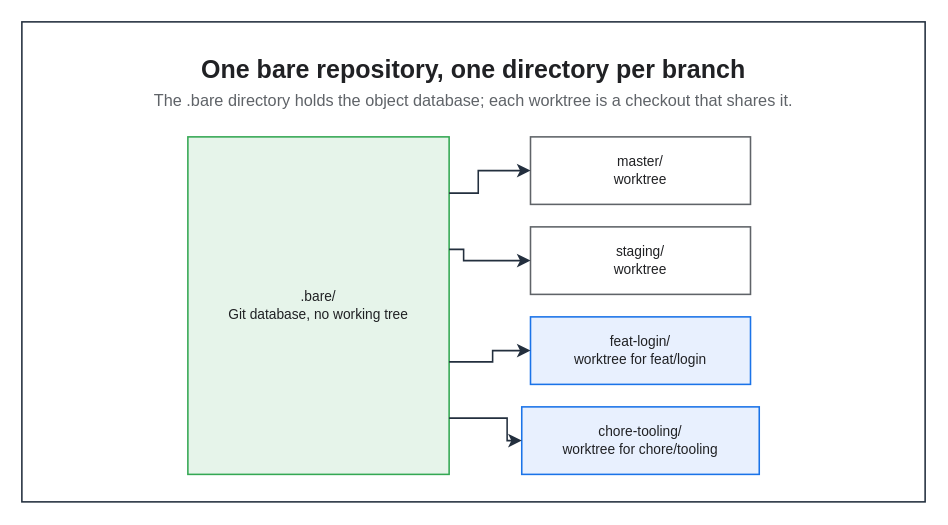
The draw.io diagram assets/img/git/bare-worktree-layout.drawio in KKamJi98/kkamji98.github.io, before the edit. Source tidied: cells renumbered, new cells numbered last; positions are measured from the earlier drawing's top-left corner, leaving out a move shared by most shapes. Both pictures are drawn from the tidied source at 125%, with x=0, y=0 at pixel (21, 21).
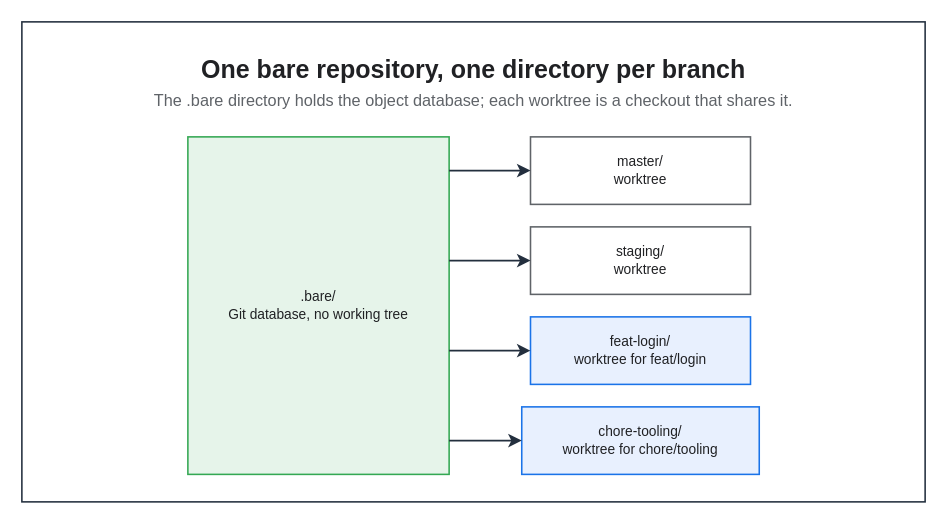
After the change.

The change refers to these unchanged cells:
```xml
<mxCell id="5" value=".bare/&#10;Git database, no working tree" style="rounded=0;whiteSpace=wrap;html=0;fillColor=#E6F4EA;strokeColor=#34A853;fontColor=#202124;fontSize=11;fontStyle=0;align=center;verticalAlign=middle;spacingLeft=6;spacingRight=6;strokeWidth=1.25;" parent="1" vertex="1">
  <mxGeometry x="132.8" y="92" width="209" height="270" as="geometry" />
</mxCell>
<mxCell id="6" value="master/&#10;worktree" style="rounded=0;whiteSpace=wrap;html=0;fillColor=#FFFFFF;strokeColor=#5F6368;fontColor=#202124;fontSize=11;fontStyle=0;align=center;verticalAlign=middle;spacingLeft=6;spacingRight=6;strokeWidth=1.25;" parent="1" vertex="1">
  <mxGeometry x="406.9" y="92" width="176" height="54" as="geometry" />
</mxCell>
<mxCell id="7" value="staging/&#10;worktree" style="rounded=0;whiteSpace=wrap;html=0;fillColor=#FFFFFF;strokeColor=#5F6368;fontColor=#202124;fontSize=11;fontStyle=0;align=center;verticalAlign=middle;spacingLeft=6;spacingRight=6;strokeWidth=1.25;" parent="1" vertex="1">
  <mxGeometry x="406.9" y="164" width="176" height="54" as="geometry" />
</mxCell>
<mxCell id="8" value="feat-login/&#10;worktree for feat/login" style="rounded=0;whiteSpace=wrap;html=0;fillColor=#E8F0FE;strokeColor=#1A73E8;fontColor=#202124;fontSize=11;fontStyle=0;align=center;verticalAlign=middle;spacingLeft=6;spacingRight=6;strokeWidth=1.25;" parent="1" vertex="1">
  <mxGeometry x="406.9" y="236" width="176" height="54" as="geometry" />
</mxCell>
<mxCell id="9" value="chore-tooling/&#10;worktree for chore/tooling" style="rounded=0;whiteSpace=wrap;html=0;fillColor=#E8F0FE;strokeColor=#1A73E8;fontColor=#202124;fontSize=11;fontStyle=0;align=center;verticalAlign=middle;spacingLeft=6;spacingRight=6;strokeWidth=1.25;" parent="1" vertex="1">
  <mxGeometry x="399.9" y="308" width="190" height="54" as="geometry" />
</mxCell>
```

The edit, as a diff of the source:
```diff
@@
-    <mxCell id="10" style="edgeStyle=orthogonalEdgeStyle;rounded=0;html=0;strokeColor=#232F3E;strokeWidth=1.25;endArrow=classic;endFill=1;endSize=7;fontSize=11;fontColor=#202124;labelBackgroundColor=none;jettySize=14;exitX=1;exitY=0.1667;entryX=0;entryY=0.5;exitDx=0;exitDy=0;entryDx=0;entryDy=0;" parent="1" edge="1" source="5" target="6">
-      <mxGeometry relative="1" as="geometry">
-        <Array as="points">
-          <mxPoint x="365.1" y="137" />
-          <mxPoint x="365.1" y="119" />
-        </Array>
-      </mxGeometry>
+    <mxCell id="10" style="edgeStyle=orthogonalEdgeStyle;rounded=0;html=0;strokeColor=#232F3E;strokeWidth=1.25;endArrow=classic;endFill=1;endSize=7;fontSize=11;fontColor=#202124;labelBackgroundColor=none;jettySize=14;exitX=1;exitY=0.1;entryX=0;entryY=0.5;exitDx=0;exitDy=0;entryDx=0;entryDy=0;" parent="1" edge="1" source="5" target="6">
+      <mxGeometry relative="1" as="geometry" />
     </mxCell>
-    <mxCell id="11" style="edgeStyle=orthogonalEdgeStyle;rounded=0;html=0;strokeColor=#232F3E;strokeWidth=1.25;endArrow=classic;endFill=1;endSize=7;fontSize=11;fontColor=#202124;labelBackgroundColor=none;jettySize=14;exitX=1;exitY=0.3333;entryX=0;entryY=0.5;exitDx=0;exitDy=0;entryDx=0;entryDy=0;" parent="1" edge="1" source="5" target="7">
-      <mxGeometry relative="1" as="geometry">
-        <Array as="points">
-          <mxPoint x="353.4" y="182" />
-          <mxPoint x="353.4" y="191" />
-        </Array>
-      </mxGeometry>
+    <mxCell id="11" style="edgeStyle=orthogonalEdgeStyle;rounded=0;html=0;strokeColor=#232F3E;strokeWidth=1.25;endArrow=classic;endFill=1;endSize=7;fontSize=11;fontColor=#202124;labelBackgroundColor=none;jettySize=14;exitX=1;exitY=0.3667;entryX=0;entryY=0.5;exitDx=0;exitDy=0;entryDx=0;entryDy=0;" parent="1" edge="1" source="5" target="7">
+      <mxGeometry relative="1" as="geometry" />
     </mxCell>
-    <mxCell id="12" style="edgeStyle=orthogonalEdgeStyle;rounded=0;html=0;strokeColor=#232F3E;strokeWidth=1.25;endArrow=classic;endFill=1;endSize=7;fontSize=11;fontColor=#202124;labelBackgroundColor=none;jettySize=14;exitX=1;exitY=0.6667;entryX=0;entryY=0.5;exitDx=0;exitDy=0;entryDx=0;entryDy=0;" parent="1" edge="1" source="5" target="8">
-      <mxGeometry relative="1" as="geometry">
-        <Array as="points">
-          <mxPoint x="376.6" y="272" />
-          <mxPoint x="376.6" y="263" />
-        </Array>
-      </mxGeometry>
+    <mxCell id="12" style="edgeStyle=orthogonalEdgeStyle;rounded=0;html=0;strokeColor=#232F3E;strokeWidth=1.25;endArrow=classic;endFill=1;endSize=7;fontSize=11;fontColor=#202124;labelBackgroundColor=none;jettySize=14;exitX=1;exitY=0.6333;entryX=0;entryY=0.5;exitDx=0;exitDy=0;entryDx=0;entryDy=0;" parent="1" edge="1" source="5" target="8">
+      <mxGeometry relative="1" as="geometry" />
     </mxCell>
-    <mxCell id="13" style="edgeStyle=orthogonalEdgeStyle;rounded=0;html=0;strokeColor=#232F3E;strokeWidth=1.25;endArrow=classic;endFill=1;endSize=7;fontSize=11;fontColor=#202124;labelBackgroundColor=none;jettySize=14;exitX=1;exitY=0.8333;entryX=0;entryY=0.5;exitDx=0;exitDy=0;entryDx=0;entryDy=0;" parent="1" edge="1" source="5" target="9">
-      <mxGeometry relative="1" as="geometry">
-        <Array as="points">
-          <mxPoint x="388.2" y="317" />
-          <mxPoint x="388.2" y="335" />
-        </Array>
-      </mxGeometry>
+    <mxCell id="13" style="edgeStyle=orthogonalEdgeStyle;rounded=0;html=0;strokeColor=#232F3E;strokeWidth=1.25;endArrow=classic;endFill=1;endSize=7;fontSize=11;fontColor=#202124;labelBackgroundColor=none;jettySize=14;exitX=1;exitY=0.9;entryX=0;entryY=0.5;exitDx=0;exitDy=0;entryDx=0;entryDy=0;" parent="1" edge="1" source="5" target="9">
+      <mxGeometry relative="1" as="geometry" />
     </mxCell>
```
